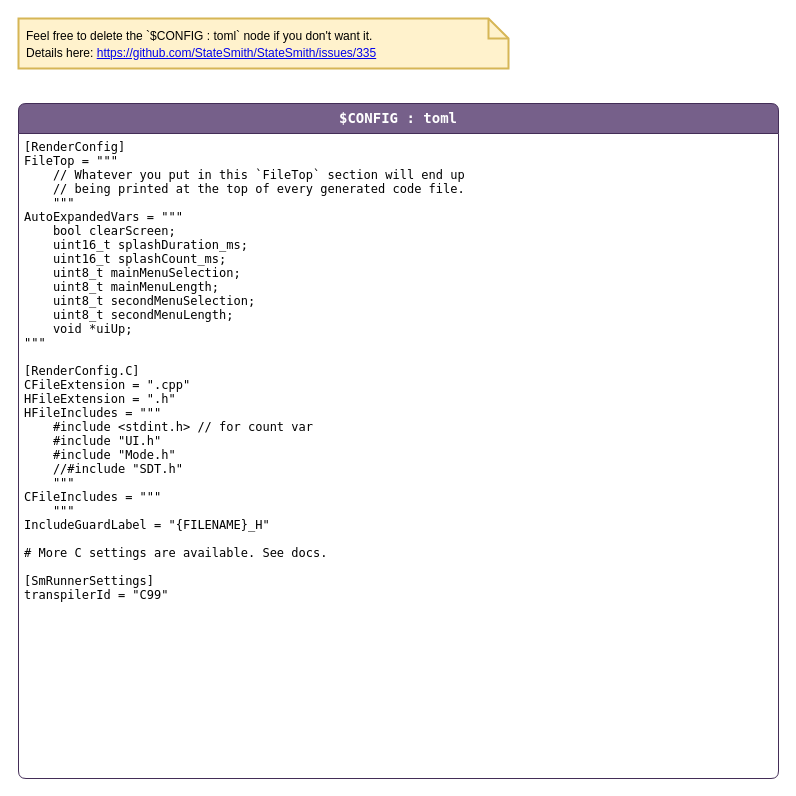
Earlier version of the draw.io diagram page "config" (2 of 3) of code/src/PhoenixSketch/UISm.drawio (KI3P/Phoenix). Source tidied: cells renumbered, new cells numbered last; positions are measured from the earlier drawing's top-left corner, leaving out a move shared by most shapes. Both pictures are drawn from the tidied source at 100%, with x=0, y=0 at pixel (18, 18).
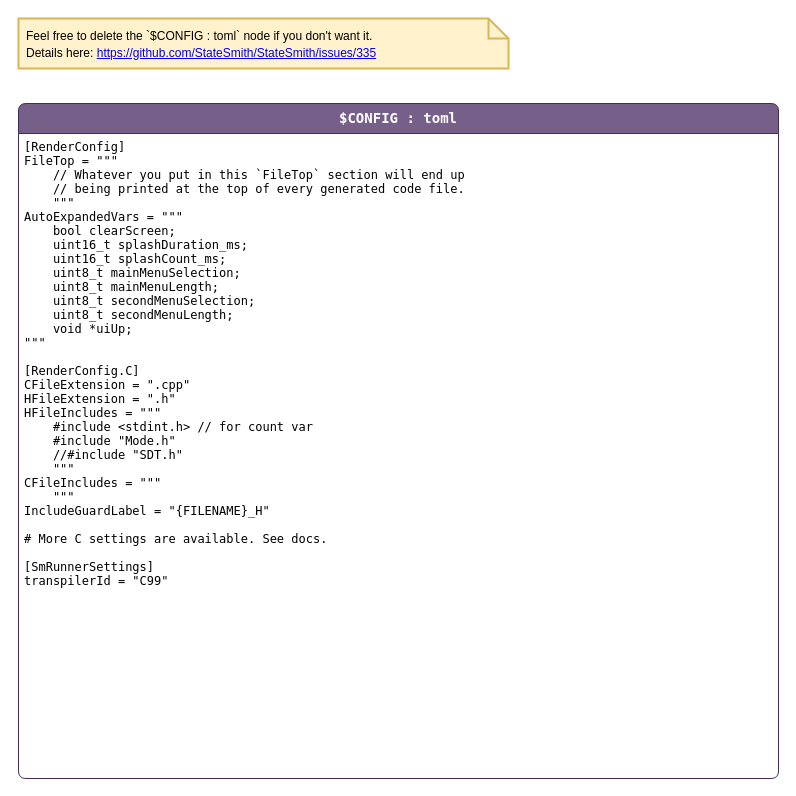
Above is the later version.

What changed in the source:
```diff
@@
 <mxGraphModel>
   <root>
     <mxCell id="0" />
     <mxCell id="1" parent="0" />
     <mxCell id="2" value="$CONFIG : toml" style="shape=swimlane;align=center;verticalAlign=top;fontFamily=Lucida Console;startSize=30;fontSize=14;fontStyle=1;swimlaneFillColor=default;rounded=1;arcSize=15;absoluteArcSize=1;fillColor=#76608a;strokeColor=#432D57;fontColor=#ffffff;" parent="1" vertex="1">
       <mxGeometry y="85" width="760" height="675" as="geometry" />
     </mxCell>
-    <mxCell id="3" value="[RenderConfig]&#10;FileTop = &quot;&quot;&quot;&#10;    // Whatever you put in this `FileTop` section will end up &#10;    // being printed at the top of every generated code file.&#10;    &quot;&quot;&quot;&#10;AutoExpandedVars = &quot;&quot;&quot;&#10;    bool clearScreen;&#10;    uint16_t splashDuration_ms;&#10;    uint16_t splashCount_ms;&#10;    uint8_t mainMenuSelection;&#10;    uint8_t mainMenuLength;&#10;    uint8_t secondMenuSelection;&#10;    uint8_t secondMenuLength;&#10;    void *uiUp;&#10;&quot;&quot;&quot;&#10;&#10;[RenderConfig.C]&#10;CFileExtension = &quot;.cpp&quot;&#10;HFileExtension = &quot;.h&quot;&#10;HFileIncludes = &quot;&quot;&quot;&#10;    #include &lt;stdint.h&gt; // for count var&#10;    #include &quot;UI.h&quot;&#10;    #include &quot;Mode.h&quot;&#10;    //#include &quot;SDT.h&quot;&#10;    &quot;&quot;&quot;&#10;CFileIncludes = &quot;&quot;&quot;&#10;    &quot;&quot;&quot;&#10;IncludeGuardLabel = &quot;{FILENAME}_H&quot;&#10;&#10;# More C settings are available. See docs.&#10;&#10;[SmRunnerSettings]&#10;transpilerId = &quot;C99&quot;" style="fontFamily=Lucida Console;align=left;verticalAlign=top;fillColor=none;gradientColor=none;strokeColor=none;rounded=0;spacingLeft=4;" parent="2" vertex="1">
-      <mxGeometry y="30" width="310" height="490" as="geometry" />
+    <mxCell id="3" value="[RenderConfig]&#10;FileTop = &quot;&quot;&quot;&#10;    // Whatever you put in this `FileTop` section will end up &#10;    // being printed at the top of every generated code file.&#10;    &quot;&quot;&quot;&#10;AutoExpandedVars = &quot;&quot;&quot;&#10;    bool clearScreen;&#10;    uint16_t splashDuration_ms;&#10;    uint16_t splashCount_ms;&#10;    uint8_t mainMenuSelection;&#10;    uint8_t mainMenuLength;&#10;    uint8_t secondMenuSelection;&#10;    uint8_t secondMenuLength;&#10;    void *uiUp;&#10;&quot;&quot;&quot;&#10;&#10;[RenderConfig.C]&#10;CFileExtension = &quot;.cpp&quot;&#10;HFileExtension = &quot;.h&quot;&#10;HFileIncludes = &quot;&quot;&quot;&#10;    #include &lt;stdint.h&gt; // for count var&#10;    #include &quot;Mode.h&quot;&#10;    //#include &quot;SDT.h&quot;&#10;    &quot;&quot;&quot;&#10;CFileIncludes = &quot;&quot;&quot;&#10;    &quot;&quot;&quot;&#10;IncludeGuardLabel = &quot;{FILENAME}_H&quot;&#10;&#10;# More C settings are available. See docs.&#10;&#10;[SmRunnerSettings]&#10;transpilerId = &quot;C99&quot;" style="fontFamily=Lucida Console;align=left;verticalAlign=top;fillColor=none;gradientColor=none;strokeColor=none;rounded=0;spacingLeft=4;" parent="2" vertex="1">
+      <mxGeometry y="30" width="310" height="470" as="geometry" />
     </mxCell>
     <mxCell id="4" value="&lt;span style=&quot;color: rgb(0, 0, 0); font-size: 12px;&quot;&gt;Feel free to delete the `$CONFIG : toml` node if you don't want it.&lt;/span&gt;&lt;br style=&quot;color: rgb(0, 0, 0); font-size: 12px;&quot;&gt;&lt;span style=&quot;color: rgb(0, 0, 0); font-size: 12px;&quot;&gt;Details here:&amp;nbsp;&lt;/span&gt;&lt;a style=&quot;font-size: 12px;&quot; href=&quot;https://github.com/StateSmith/StateSmith/issues/335&quot;&gt;https://github.com/StateSmith/StateSmith/issues/335&lt;/a&gt;" style="shape=note;strokeWidth=2;fontSize=14;size=20;whiteSpace=wrap;html=1;fillColor=#fff2cc;strokeColor=#d6b656;fontColor=#2B2B00;align=left;spacingLeft=6;" parent="1" vertex="1">
       <mxGeometry width="490" height="50" as="geometry" />
     </mxCell>
   </root>
 </mxGraphModel>
```
